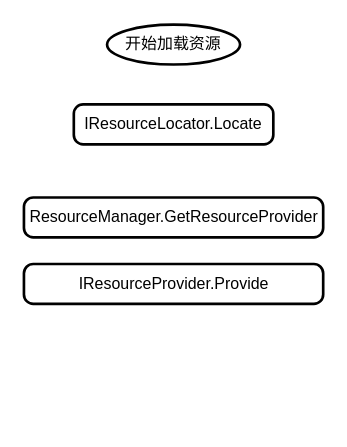
Before: 未命名绘图.drawio in lixiandea/picBed, a draw.io diagram. Source tidied: cells renumbered, new cells numbered last; positions are measured from the earlier drawing's top-left corner, leaving out a move shared by most shapes. Both pictures are drawn from the tidied source at 133%, with x=0, y=0 at pixel (24, 24).
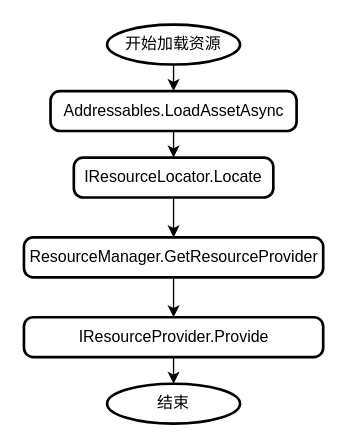
Above is the later version.

Commit message:
更新未命名绘图.drawio

The edit, as a diff of the source:
```diff
@@
 <mxGraphModel>
   <root>
     <mxCell id="0" />
     <mxCell id="1" parent="0" />
+    <mxCell id="6" style="edgeStyle=orthogonalEdgeStyle;rounded=0;jettySize=auto;html=1;exitX=0.5;exitY=1;exitDx=0;exitDy=0;exitPerimeter=0;entryX=0.5;entryY=0;entryDx=0;entryDy=0;" parent="1" edge="1" source="2" target="10">
+      <mxGeometry relative="1" as="geometry" />
+    </mxCell>
     <mxCell id="2" value="开始加载资源" style="strokeWidth=2;html=1;shape=mxgraph.flowchart.start_1;whiteSpace=wrap;" parent="1" vertex="1">
       <mxGeometry x="62" width="100" height="30" as="geometry" />
     </mxCell>
+    <mxCell id="7" style="edgeStyle=orthogonalEdgeStyle;rounded=0;jettySize=auto;html=1;exitX=0.5;exitY=1;exitDx=0;exitDy=0;" parent="1" edge="1" source="3" target="4">
+      <mxGeometry relative="1" as="geometry" />
+    </mxCell>
     <mxCell id="3" value="IResourceLocator.Locate" style="rounded=1;whiteSpace=wrap;html=1;absoluteArcSize=1;arcSize=14;strokeWidth=2;" parent="1" vertex="1">
-      <mxGeometry x="37" y="60" width="150" height="30" as="geometry" />
+      <mxGeometry x="37" y="100" width="150" height="30" as="geometry" />
     </mxCell>
+    <mxCell id="8" style="edgeStyle=orthogonalEdgeStyle;rounded=0;jettySize=auto;html=1;exitX=0.5;exitY=1;exitDx=0;exitDy=0;" parent="1" edge="1" source="4" target="5">
+      <mxGeometry relative="1" as="geometry" />
+    </mxCell>
     <mxCell id="4" value="ResourceManager.GetResourceProvider" style="rounded=1;whiteSpace=wrap;html=1;absoluteArcSize=1;arcSize=14;strokeWidth=2;" parent="1" vertex="1">
-      <mxGeometry x="-0.5" y="130" width="225" height="30" as="geometry" />
+      <mxGeometry x="-0.5" y="160" width="225" height="30" as="geometry" />
     </mxCell>
     <mxCell id="5" value="IResourceProvider.Provide" style="rounded=1;whiteSpace=wrap;html=1;absoluteArcSize=1;arcSize=14;strokeWidth=2;" parent="1" vertex="1">
-      <mxGeometry x="-0.5" y="180" width="225" height="30" as="geometry" />
+      <mxGeometry x="-0.5" y="220" width="225" height="30" as="geometry" />
     </mxCell>
+    <mxCell id="9" style="edgeStyle=orthogonalEdgeStyle;rounded=0;jettySize=auto;html=1;exitX=0.5;exitY=1;exitDx=0;exitDy=0;entryX=0.5;entryY=0;entryDx=0;entryDy=0;" parent="1" edge="1" source="10" target="3">
+      <mxGeometry relative="1" as="geometry" />
+    </mxCell>
+    <mxCell id="10" value="Addressables.LoadAssetAsync" style="rounded=1;whiteSpace=wrap;html=1;absoluteArcSize=1;arcSize=14;strokeWidth=2;" parent="1" vertex="1">
+      <mxGeometry x="19.5" y="50" width="185" height="30" as="geometry" />
+    </mxCell>
+    <mxCell id="11" value="结束" style="strokeWidth=2;html=1;shape=mxgraph.flowchart.start_1;whiteSpace=wrap;" parent="1" vertex="1">
+      <mxGeometry x="62" y="270" width="100" height="30" as="geometry" />
+    </mxCell>
+    <mxCell id="12" style="edgeStyle=orthogonalEdgeStyle;rounded=0;jettySize=auto;html=1;exitX=0.5;exitY=1;exitDx=0;exitDy=0;entryX=0.5;entryY=0;entryDx=0;entryDy=0;entryPerimeter=0;" parent="1" edge="1" source="5" target="11">
+      <mxGeometry relative="1" as="geometry" />
+    </mxCell>
   </root>
 </mxGraphModel>
```
